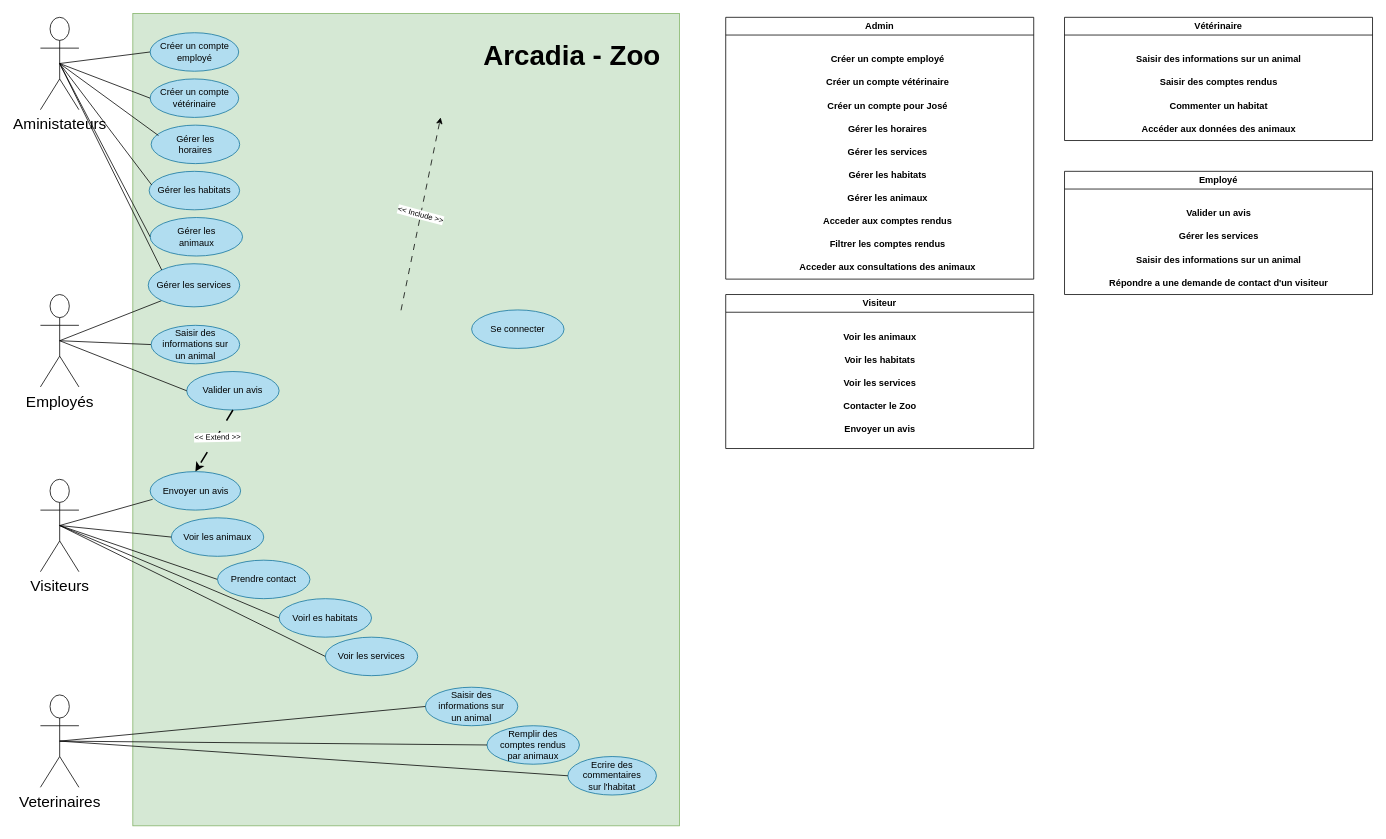
Earlier version of the draw.io diagram Arcadia_zoo.drawio (Mike-mg/Arcadia_Zoo). Source tidied: cells renumbered, new cells numbered last; positions are measured from the earlier drawing's top-left corner, leaving out a move shared by most shapes. Both pictures are drawn from the tidied source at 77%, with x=0, y=0 at pixel (40, 13).
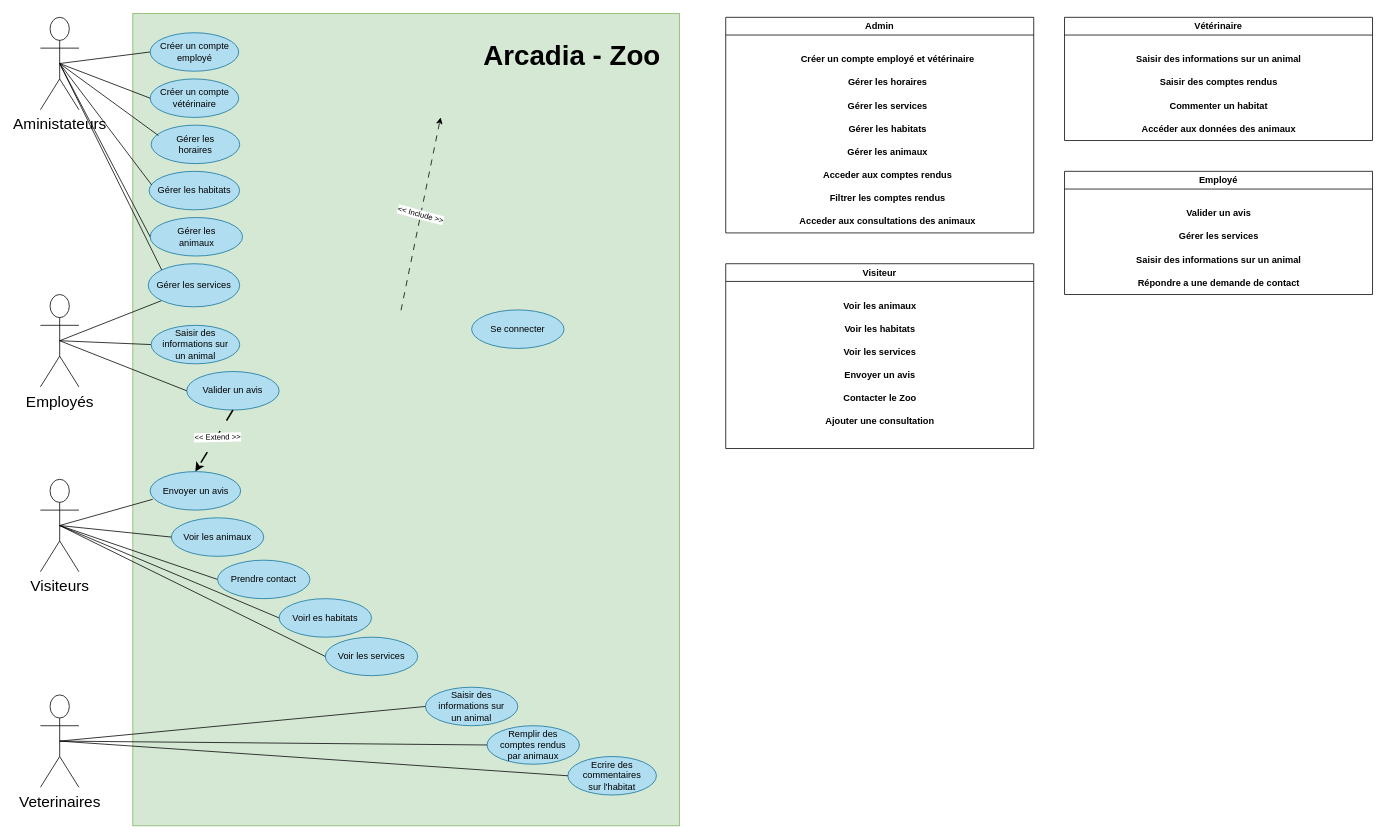
The same diagram, later.

Commit message:
Mettre à jour Arcadia_zoo.drawio

Unchanged cells that the change refers to:
```xml
<mxCell id="63" value="Employé" style="swimlane;whiteSpace=wrap;html=1;" parent="1" vertex="1">
  <mxGeometry x="1330" y="205" width="400" height="160" as="geometry" />
</mxCell>
```

Diff of the diagram source:
```diff
@@
     <mxCell id="46" value="Visiteur" style="swimlane;whiteSpace=wrap;html=1;" parent="1" vertex="1">
-      <mxGeometry x="890" y="365" width="400" height="200" as="geometry" />
+      <mxGeometry x="890" y="325" width="400" height="240" as="geometry" />
     </mxCell>
@@
+    <mxCell id="51" value="Envoyer un avis" style="text;html=1;align=center;verticalAlign=middle;strokeColor=none;fillColor=none;fontStyle=1;" parent="46" vertex="1">
+      <mxGeometry x="145" y="130" width="110" height="30" as="geometry" />
+    </mxCell>
     <mxCell id="50" value="Contacter le Zoo" style="text;html=1;align=center;verticalAlign=middle;strokeColor=none;fillColor=none;fontStyle=1;" parent="46" vertex="1">
-      <mxGeometry x="145" y="130" width="110" height="30" as="geometry" />
+      <mxGeometry x="145" y="160" width="110" height="30" as="geometry" />
     </mxCell>
-    <mxCell id="51" value="Envoyer un avis" style="text;html=1;align=center;verticalAlign=middle;strokeColor=none;fillColor=none;fontStyle=1;" parent="46" vertex="1">
-      <mxGeometry x="145" y="160" width="110" height="30" as="geometry" />
-    </mxCell>
+    <mxCell id="73" value="Ajouter une consultation" style="text;html=1;align=center;verticalAlign=middle;strokeColor=none;fillColor=none;fontStyle=1;" parent="46" vertex="1">
+      <mxGeometry x="125" y="190" width="150" height="30" as="geometry" />
+    </mxCell>
     <mxCell id="52" value="Admin" style="swimlane;whiteSpace=wrap;html=1;" parent="1" vertex="1">
-      <mxGeometry x="890" y="5" width="400" height="340" as="geometry" />
+      <mxGeometry x="890" y="5" width="400" height="280" as="geometry" />
     </mxCell>
-    <mxCell id="53" value="Créer un compte vétérinaire" style="text;html=1;align=center;verticalAlign=middle;strokeColor=none;fillColor=none;fontStyle=1;" parent="52" vertex="1">
-      <mxGeometry x="125" y="70" width="170" height="30" as="geometry" />
-    </mxCell>
-    <mxCell id="54" value="Créer un compte employé" style="text;html=1;align=center;verticalAlign=middle;strokeColor=none;fillColor=none;fontStyle=1;" parent="52" vertex="1">
-      <mxGeometry x="130" y="40" width="160" height="30" as="geometry" />
+    <mxCell id="54" value="Créer un compte employé et vétérinaire" style="text;html=1;align=center;verticalAlign=middle;strokeColor=none;fillColor=none;fontStyle=1;" parent="52" vertex="1">
+      <mxGeometry x="95" y="40" width="230" height="30" as="geometry" />
     </mxCell>
     <mxCell id="55" value="Gérer les services" style="text;html=1;align=center;verticalAlign=middle;strokeColor=none;fillColor=none;fontStyle=1;" parent="52" vertex="1">
-      <mxGeometry x="150" y="160" width="120" height="30" as="geometry" />
+      <mxGeometry x="150" y="100" width="120" height="30" as="geometry" />
     </mxCell>
     <mxCell id="56" value="Gérer les animaux" style="text;html=1;align=center;verticalAlign=middle;strokeColor=none;fillColor=none;fontStyle=1;" parent="52" vertex="1">
-      <mxGeometry x="150" y="220" width="120" height="30" as="geometry" />
+      <mxGeometry x="150" y="160" width="120" height="30" as="geometry" />
     </mxCell>
     <mxCell id="57" value="Gérer les habitats" style="text;html=1;align=center;verticalAlign=middle;strokeColor=none;fillColor=none;fontStyle=1;" parent="52" vertex="1">
-      <mxGeometry x="150" y="190" width="120" height="30" as="geometry" />
+      <mxGeometry x="150" y="130" width="120" height="30" as="geometry" />
     </mxCell>
     <mxCell id="58" value="Gérer les horaires" style="text;html=1;align=center;verticalAlign=middle;strokeColor=none;fillColor=none;fontStyle=1;" parent="52" vertex="1">
-      <mxGeometry x="150" y="130" width="120" height="30" as="geometry" />
+      <mxGeometry x="150" y="70" width="120" height="30" as="geometry" />
     </mxCell>
     <mxCell id="59" value="Acceder aux consultations des animaux" style="text;html=1;align=center;verticalAlign=middle;strokeColor=none;fillColor=none;fontStyle=1;" parent="52" vertex="1">
-      <mxGeometry x="95" y="310" width="230" height="30" as="geometry" />
+      <mxGeometry x="95" y="250" width="230" height="30" as="geometry" />
     </mxCell>
     <mxCell id="60" value="Acceder aux comptes rendus" style="text;html=1;align=center;verticalAlign=middle;strokeColor=none;fillColor=none;fontStyle=1;" parent="52" vertex="1">
-      <mxGeometry x="120" y="250" width="180" height="30" as="geometry" />
+      <mxGeometry x="120" y="190" width="180" height="30" as="geometry" />
     </mxCell>
-    <mxCell id="61" value="Créer un compte pour José" style="text;html=1;align=center;verticalAlign=middle;strokeColor=none;fillColor=none;fontStyle=1;" parent="52" vertex="1">
-      <mxGeometry x="125" y="100" width="170" height="30" as="geometry" />
-    </mxCell>
     <mxCell id="62" value="Filtrer les comptes rendus" style="text;html=1;align=center;verticalAlign=middle;strokeColor=none;fillColor=none;fontStyle=1;" parent="52" vertex="1">
-      <mxGeometry x="130" y="280" width="160" height="30" as="geometry" />
+      <mxGeometry x="130" y="220" width="160" height="30" as="geometry" />
     </mxCell>
@@
-    <mxCell id="67" value="Répondre a une demande de contact d'un visiteur" style="text;html=1;align=center;verticalAlign=middle;strokeColor=none;fillColor=none;fontStyle=1;" parent="63" vertex="1">
-      <mxGeometry x="55" y="130" width="290" height="30" as="geometry" />
+    <mxCell id="67" value="Répondre a une demande de contact" style="text;html=1;align=center;verticalAlign=middle;strokeColor=none;fillColor=none;fontStyle=1;" parent="63" vertex="1">
+      <mxGeometry x="90" y="130" width="220" height="30" as="geometry" />
     </mxCell>
```
